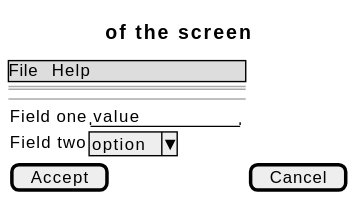
This is docs/01-requirements/use-cases/grantException/wireframes.svg from didactika/kampus, a PlantUML export, as it was before one commit.
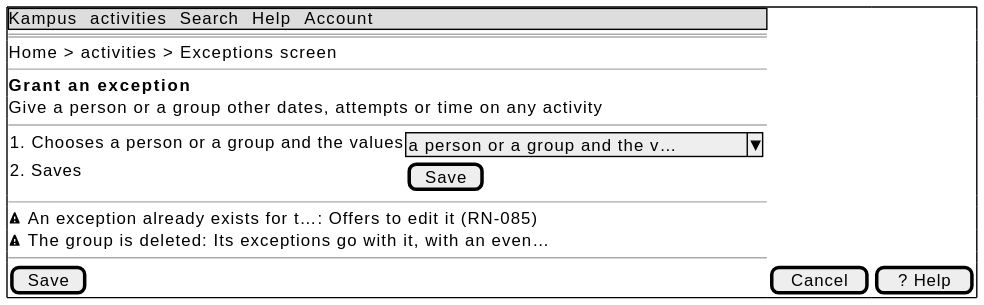
Later version of the same file.

What changed in the source:
```diff
@@ -1,13 +1,20 @@
 @startsalt
-{
-  {* File | Help }
+{+
+  {* Kampus | activities | Search | Help | Account }
   ==
-  Title of the screen
+  Home > activities > Exceptions screen
+  --
+  <b>Grant an exception
+  Give a person or a group other dates, attempts or time on any activity
   --
   {
-    Field one | "value        "
-    Field two | ^option^
+    1. Chooses a person or a group and the values | ^a person or a group and the v…^
+    2. Saves | [ Save ]
   }
-  [ Accept ] | [ Cancel ]
+  --
+  <&warning> An exception already exists for t…: Offers to edit it (RN-085)
+  <&warning> The group is deleted: Its exceptions go with it, with an even…
+  --
+  [ Save ] | [ Cancel ] | [ ? Help ]
 }
 @endsalt
```
